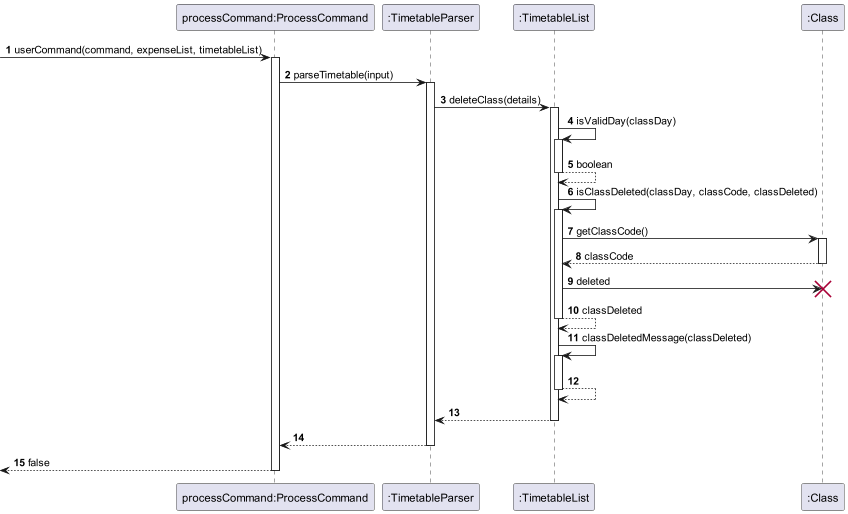
Before: docs/diagrams/sequencediagram/DeleteClass.png, a diagram exported from PlantUML (nyh3/tp).
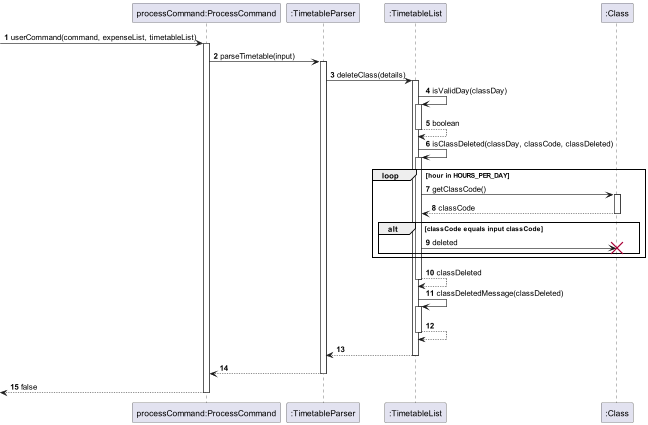
Later version of the same file.

Commit message:
Update diagrams and added explanation

The edit, as a diff of the source:
```diff
@@ -24,13 +24,18 @@
 timetableList -> timetableList: isClassDeleted(classDay, classCode, classDeleted)
 activate timetableList
 
-timetableList -> class: getClassCode()
-activate class
+loop hour in HOURS_PER_DAY
+    timetableList -> class: getClassCode()
+    activate class
 
-timetableList <-- class: classCode
-deactivate class
+    timetableList <-- class: classCode
+    deactivate class
 
-timetableList -> class !! : deleted
+    alt classCode equals input classCode
+        timetableList -> class !! : deleted
+
+    end
+end
 
 timetableList --> timetableList: classDeleted
 deactivate timetableList
```
